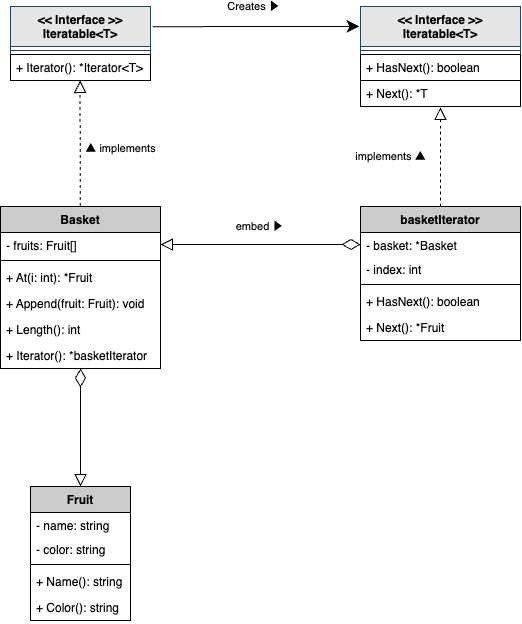
Earlier version of the draw.io export internal/patterns/iterator/.docs/class-diagram.drawio.png (sh-yamaga/design-patterns-go). Source tidied: cells renumbered, new cells last; positions are measured from the earlier drawing's top-left corner, leaving out a move shared by most shapes.
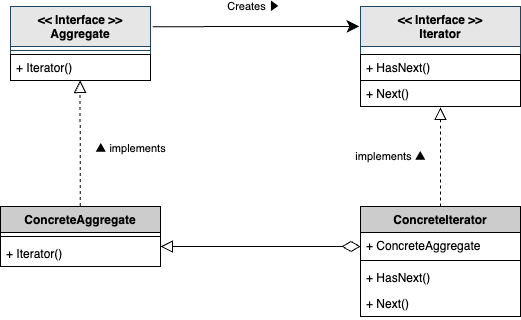
After the commit.

Commit message:
[update]#adapter, iterator_update readme

What changed in the source:
```diff
@@ -2,25 +2,25 @@
   <root>
     <mxCell id="0" />
     <mxCell id="1" parent="0" />
-    <mxCell id="2" value="&lt;&lt; Interface &gt;&gt;&#10;Iteratable&lt;T&gt;" style="swimlane;fontStyle=1;align=center;verticalAlign=top;horizontal=1;startSize=40;fillColor=#E6E6E6;strokeColor=#23445d;fontColor=#000000;" parent="1" vertex="1">
+    <mxCell id="2" value="&lt;&lt; Interface &gt;&gt;&#10;Aggregate" style="swimlane;fontStyle=1;align=center;verticalAlign=top;horizontal=1;startSize=40;fillColor=#E6E6E6;strokeColor=#23445d;fontColor=#000000;" parent="1" vertex="1">
       <mxGeometry x="10" width="140" height="74" as="geometry" />
     </mxCell>
     <mxCell id="3" style="line;strokeWidth=1;fillColor=none;align=left;verticalAlign=middle;spacingTop=-1;spacingLeft=3;spacingRight=3;labelPosition=right;strokeColor=inherit;" parent="2" vertex="1">
       <mxGeometry y="40" width="140" height="8" as="geometry" />
     </mxCell>
-    <mxCell id="4" value="+ Iterator(): *Iterator&lt;T&gt;" style="text;strokeColor=#000000;fillColor=none;align=left;verticalAlign=top;spacingLeft=4;spacingRight=4;overflow=hidden;fontColor=#000000;" parent="2" vertex="1">
+    <mxCell id="4" value="+ Iterator()" style="text;strokeColor=#000000;fillColor=none;align=left;verticalAlign=top;spacingLeft=4;spacingRight=4;overflow=hidden;fontColor=#000000;" parent="2" vertex="1">
       <mxGeometry y="48" width="140" height="26" as="geometry" />
     </mxCell>
-    <mxCell id="5" value="&lt;&lt; Interface &gt;&gt;&#10;Iteratable&lt;T&gt;" style="swimlane;fontStyle=1;align=center;verticalAlign=top;horizontal=1;startSize=40;fillColor=#E6E6E6;strokeColor=#23445d;fontColor=#000000;" parent="1" vertex="1">
+    <mxCell id="5" value="&lt;&lt; Interface &gt;&gt;&#10;Iterator" style="swimlane;fontStyle=1;align=center;verticalAlign=top;horizontal=1;startSize=40;fillColor=#E6E6E6;strokeColor=#23445d;fontColor=#000000;" parent="1" vertex="1">
       <mxGeometry x="360" width="160" height="100" as="geometry" />
     </mxCell>
-    <mxCell id="6" style="line;strokeWidth=1;fillColor=none;align=left;verticalAlign=middle;spacingTop=-1;spacingLeft=3;spacingRight=3;labelPosition=right;strokeColor=inherit;" parent="5" vertex="1">
+    <mxCell id="6" style="line;strokeWidth=1;fillColor=none;align=left;verticalAlign=middle;spacingTop=-1;spacingLeft=3;spacingRight=3;labelPosition=right;strokeColor=none;" parent="5" vertex="1">
       <mxGeometry y="40" width="160" height="8" as="geometry" />
     </mxCell>
-    <mxCell id="7" value="+ HasNext(): boolean" style="text;strokeColor=#000000;fillColor=none;align=left;verticalAlign=top;spacingLeft=4;spacingRight=4;overflow=hidden;fontColor=#000000;" parent="5" vertex="1">
+    <mxCell id="7" value="+ HasNext()" style="text;strokeColor=#000000;fillColor=none;align=left;verticalAlign=top;spacingLeft=4;spacingRight=4;overflow=hidden;fontColor=#000000;" parent="5" vertex="1">
       <mxGeometry y="48" width="160" height="26" as="geometry" />
     </mxCell>
-    <mxCell id="8" value="+ Next(): *T" style="text;strokeColor=#000000;fillColor=none;align=left;verticalAlign=top;spacingLeft=4;spacingRight=4;overflow=hidden;points=[[0,0.5],[1,0.5]];portConstraint=eastwest;fontColor=#000000;fontStyle=0;" parent="5" vertex="1">
+    <mxCell id="8" value="+ Next()" style="text;strokeColor=#000000;fillColor=none;align=left;verticalAlign=top;spacingLeft=4;spacingRight=4;overflow=hidden;points=[[0,0.5],[1,0.5]];portConstraint=eastwest;fontColor=#000000;fontStyle=0;" parent="5" vertex="1">
       <mxGeometry y="74" width="160" height="26" as="geometry" />
     </mxCell>
     <mxCell id="9" style="endArrow=classic;html=1;strokeColor=#000000;fontColor=#000000;exitX=1.016;exitY=0.273;exitDx=0;exitDy=0;exitPerimeter=0;entryX=-0.007;entryY=0.199;entryDx=0;entryDy=0;entryPerimeter=0;endSize=10;" parent="1" edge="1" source="2" target="5">
@@ -31,62 +31,29 @@
         <mxPoint x="-3" y="-20" as="offset" />
       </mxGeometry>
     </mxCell>
-    <mxCell id="11" value="Basket" style="swimlane;fontStyle=1;align=center;verticalAlign=top;horizontal=1;startSize=26;fillColor=#CCCCCC;fontColor=#000000;strokeColor=#000000;" parent="1" vertex="1">
-      <mxGeometry y="200" width="160" height="162" as="geometry" />
+    <mxCell id="11" value="ConcreteAggregate" style="swimlane;fontStyle=1;align=center;verticalAlign=top;horizontal=1;startSize=26;fillColor=#CCCCCC;fontColor=#000000;strokeColor=#000000;" parent="1" vertex="1">
+      <mxGeometry y="200" width="160" height="60" as="geometry" />
     </mxCell>
-    <mxCell id="12" value="- fruits: Fruit[]" style="text;strokeColor=none;fillColor=none;align=left;verticalAlign=top;spacingLeft=4;spacingRight=4;overflow=hidden;points=[[0,0.5],[1,0.5]];portConstraint=eastwest;fontColor=#000000;" parent="11" vertex="1">
-      <mxGeometry y="26" width="160" height="24" as="geometry" />
-    </mxCell>
     <mxCell id="13" style="line;strokeWidth=1;fillColor=none;align=left;verticalAlign=middle;spacingTop=-1;spacingLeft=3;spacingRight=3;labelPosition=right;strokeColor=inherit;" parent="11" vertex="1">
-      <mxGeometry y="50" width="160" height="8" as="geometry" />
+      <mxGeometry y="26" width="160" height="8" as="geometry" />
     </mxCell>
-    <mxCell id="14" value="+ At(i: int): *Fruit" style="text;strokeColor=none;fillColor=none;align=left;verticalAlign=top;spacingLeft=4;spacingRight=4;overflow=hidden;fontColor=#000000;" parent="11" vertex="1">
-      <mxGeometry y="58" width="160" height="26" as="geometry" />
-    </mxCell>
-    <mxCell id="15" value="+ Append(fruit: Fruit): void" style="text;strokeColor=none;fillColor=none;align=left;verticalAlign=top;spacingLeft=4;spacingRight=4;overflow=hidden;fontColor=#000000;" parent="11" vertex="1">
-      <mxGeometry y="84" width="160" height="26" as="geometry" />
-    </mxCell>
-    <mxCell id="16" value="+ Length(): int" style="text;strokeColor=none;fillColor=none;align=left;verticalAlign=top;spacingLeft=4;spacingRight=4;overflow=hidden;fontColor=#000000;" parent="11" vertex="1">
-      <mxGeometry y="110" width="160" height="26" as="geometry" />
-    </mxCell>
-    <mxCell id="17" value="+ Iterator(): *basketIterator" style="text;strokeColor=none;fillColor=none;align=left;verticalAlign=top;spacingLeft=4;spacingRight=4;overflow=hidden;points=[[0,0.5],[1,0.5]];portConstraint=eastwest;fontColor=#000000;" parent="11" vertex="1">
-      <mxGeometry y="136" width="160" height="26" as="geometry" />
+    <mxCell id="17" value="+ Iterator()" style="text;strokeColor=none;fillColor=none;align=left;verticalAlign=top;spacingLeft=4;spacingRight=4;overflow=hidden;points=[[0,0.5],[1,0.5]];portConstraint=eastwest;fontColor=#000000;" parent="11" vertex="1">
+      <mxGeometry y="34" width="160" height="26" as="geometry" />
     </mxCell>
-    <mxCell id="18" value="Fruit" style="swimlane;fontStyle=1;align=center;verticalAlign=top;horizontal=1;startSize=26;fillColor=#CCCCCC;fontColor=#000000;strokeColor=#000000;" parent="1" vertex="1">
-      <mxGeometry x="30" y="480" width="100" height="134" as="geometry" />
-    </mxCell>
-    <mxCell id="19" value="- name: string" style="text;strokeColor=none;fillColor=none;align=left;verticalAlign=top;spacingLeft=4;spacingRight=4;overflow=hidden;fontColor=#000000;" parent="18" vertex="1">
-      <mxGeometry y="26" width="100" height="24" as="geometry" />
-    </mxCell>
-    <mxCell id="20" value="- color: string" style="text;strokeColor=none;fillColor=none;align=left;verticalAlign=top;spacingLeft=4;spacingRight=4;overflow=hidden;fontColor=#000000;" parent="18" vertex="1">
-      <mxGeometry y="50" width="100" height="24" as="geometry" />
-    </mxCell>
-    <mxCell id="21" style="line;strokeWidth=1;fillColor=none;align=left;verticalAlign=middle;spacingTop=-1;spacingLeft=3;spacingRight=3;labelPosition=right;strokeColor=inherit;" parent="18" vertex="1">
-      <mxGeometry y="74" width="100" height="8" as="geometry" />
-    </mxCell>
-    <mxCell id="22" value="+ Name(): string" style="text;strokeColor=none;fillColor=none;align=left;verticalAlign=top;spacingLeft=4;spacingRight=4;overflow=hidden;fontColor=#000000;" parent="18" vertex="1">
-      <mxGeometry y="82" width="100" height="26" as="geometry" />
-    </mxCell>
-    <mxCell id="23" value="+ Color(): string" style="text;strokeColor=none;fillColor=none;align=left;verticalAlign=top;spacingLeft=4;spacingRight=4;overflow=hidden;fontColor=#000000;" parent="18" vertex="1">
-      <mxGeometry y="108" width="100" height="26" as="geometry" />
-    </mxCell>
-    <mxCell id="24" value="basketIterator" style="swimlane;fontStyle=1;align=center;verticalAlign=top;horizontal=1;startSize=26;fillColor=#CCCCCC;fontColor=#000000;strokeColor=#000000;" parent="1" vertex="1">
-      <mxGeometry x="360" y="200" width="160" height="134" as="geometry" />
+    <mxCell id="24" value="ConcreteIterator" style="swimlane;fontStyle=1;align=center;verticalAlign=top;horizontal=1;startSize=26;fillColor=#CCCCCC;fontColor=#000000;strokeColor=#000000;" parent="1" vertex="1">
+      <mxGeometry x="360" y="200" width="160" height="110" as="geometry" />
     </mxCell>
-    <mxCell id="25" value="- basket: *Basket" style="text;strokeColor=none;fillColor=none;align=left;verticalAlign=top;spacingLeft=4;spacingRight=4;overflow=hidden;points=[[0,0.5],[1,0.5]];portConstraint=eastwest;fontColor=#000000;" parent="24" vertex="1">
+    <mxCell id="25" value="+ ConcreteAggregate" style="text;strokeColor=none;fillColor=none;align=left;verticalAlign=top;spacingLeft=4;spacingRight=4;overflow=hidden;points=[[0,0.5],[1,0.5]];portConstraint=eastwest;fontColor=#000000;" parent="24" vertex="1">
       <mxGeometry y="26" width="160" height="24" as="geometry" />
     </mxCell>
-    <mxCell id="26" value="- index: int" style="text;strokeColor=none;fillColor=none;align=left;verticalAlign=top;spacingLeft=4;spacingRight=4;overflow=hidden;fontColor=#000000;" parent="24" vertex="1">
-      <mxGeometry y="50" width="160" height="24" as="geometry" />
-    </mxCell>
     <mxCell id="27" style="line;strokeWidth=1;fillColor=none;align=left;verticalAlign=middle;spacingTop=-1;spacingLeft=3;spacingRight=3;labelPosition=right;strokeColor=inherit;" parent="24" vertex="1">
-      <mxGeometry y="74" width="160" height="8" as="geometry" />
+      <mxGeometry y="50" width="160" height="8" as="geometry" />
     </mxCell>
-    <mxCell id="28" value="+ HasNext(): boolean" style="text;strokeColor=none;fillColor=none;align=left;verticalAlign=top;spacingLeft=4;spacingRight=4;overflow=hidden;fontColor=#000000;" parent="24" vertex="1">
-      <mxGeometry y="82" width="160" height="26" as="geometry" />
+    <mxCell id="28" value="+ HasNext()" style="text;strokeColor=none;fillColor=none;align=left;verticalAlign=top;spacingLeft=4;spacingRight=4;overflow=hidden;fontColor=#000000;" parent="24" vertex="1">
+      <mxGeometry y="58" width="160" height="26" as="geometry" />
     </mxCell>
-    <mxCell id="29" value="+ Next(): *Fruit" style="text;strokeColor=none;fillColor=none;align=left;verticalAlign=top;spacingLeft=4;spacingRight=4;overflow=hidden;fontColor=#000000;" parent="24" vertex="1">
-      <mxGeometry y="108" width="160" height="26" as="geometry" />
+    <mxCell id="29" value="+ Next()" style="text;strokeColor=none;fillColor=none;align=left;verticalAlign=top;spacingLeft=4;spacingRight=4;overflow=hidden;fontColor=#000000;" parent="24" vertex="1">
+      <mxGeometry y="84" width="160" height="26" as="geometry" />
     </mxCell>
     <mxCell id="30" style="endArrow=block;html=1;fontColor=#000000;entryX=0.499;entryY=1.022;entryDx=0;entryDy=0;entryPerimeter=0;exitX=0.5;exitY=0;exitDx=0;exitDy=0;strokeColor=#000000;endFill=0;endSize=10;dashed=1;" parent="1" edge="1">
       <mxGeometry relative="1" as="geometry">
@@ -96,22 +63,17 @@
     </mxCell>
     <mxCell id="31" value="▲ implements" style="edgeLabel;html=1;align=center;verticalAlign=middle;" parent="30" vertex="1">
       <mxGeometry x="-0.08" y="1" relative="1" as="geometry">
-        <mxPoint x="41" as="offset" />
+        <mxPoint x="51" as="offset" />
       </mxGeometry>
     </mxCell>
     <mxCell id="32" value="&lt;span style=&quot;color: rgb(0, 0, 0);&quot;&gt;implements&amp;nbsp;&lt;/span&gt;&lt;span style=&quot;color: rgb(0, 0, 0);&quot;&gt;▲&lt;/span&gt;" style="endArrow=block;html=1;fontColor=#000000;entryX=0.5;entryY=1.038;entryDx=0;entryDy=0;entryPerimeter=0;exitX=0.5;exitY=0;exitDx=0;exitDy=0;strokeColor=#000000;endFill=0;endSize=10;dashed=1;" parent="1" edge="1" source="24" target="8">
       <mxGeometry x="0.01" y="50" relative="1" as="geometry" />
     </mxCell>
-    <mxCell id="33" style="endArrow=block;html=1;fontColor=#000000;strokeColor=#000000;endFill=0;endSize=10;startArrow=diamondThin;startFill=0;startSize=16;exitX=0;exitY=0.5;exitDx=0;exitDy=0;entryX=1;entryY=0.5;entryDx=0;entryDy=0;" parent="1" edge="1" source="25" target="12">
-      <mxGeometry relative="1" as="geometry" />
+    <mxCell id="33" style="endArrow=block;html=1;fontColor=#000000;strokeColor=#000000;endFill=0;endSize=10;startArrow=diamondThin;startFill=0;startSize=16;exitX=0;exitY=0.5;exitDx=0;exitDy=0;entryX=1;entryY=0.5;entryDx=0;entryDy=0;" parent="1" edge="1">
+      <mxGeometry relative="1" as="geometry">
+        <mxPoint x="360" y="240" as="sourcePoint" />
+        <mxPoint x="160" y="240" as="targetPoint" />
+      </mxGeometry>
     </mxCell>
-    <mxCell id="34" value="&lt;span style=&quot;color: rgb(0, 0, 0);&quot;&gt;embed ▶︎&lt;/span&gt;" style="edgeLabel;html=1;align=center;verticalAlign=middle;" parent="33" vertex="1">
-      <mxGeometry x="0.01" y="1" relative="1" as="geometry">
-        <mxPoint y="-19" as="offset" />
-      </mxGeometry>
-    </mxCell>
-    <mxCell id="35" style="endArrow=block;html=1;fontColor=#000000;strokeColor=#000000;endFill=0;endSize=10;startArrow=diamondThin;startFill=0;startSize=16;entryX=0.5;entryY=0;entryDx=0;entryDy=0;" parent="1" edge="1" source="17" target="18">
-      <mxGeometry relative="1" as="geometry" />
-    </mxCell>
   </root>
 </mxGraphModel>
```
